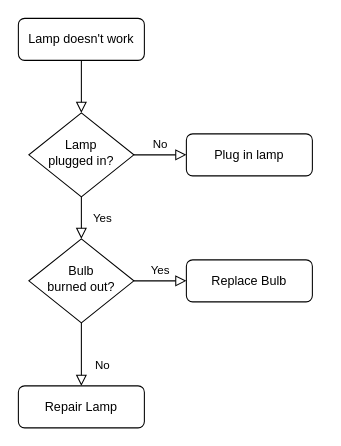
Before: src/assets/Untitled Diagram.drawio in misaelito76/Portfolio_M_J, a draw.io diagram. Source tidied: cells renumbered, new cells numbered last; positions are measured from the earlier drawing's top-left corner, leaving out a move shared by most shapes. Both pictures are drawn from the tidied source at 105%, with x=0, y=0 at pixel (18, 18).
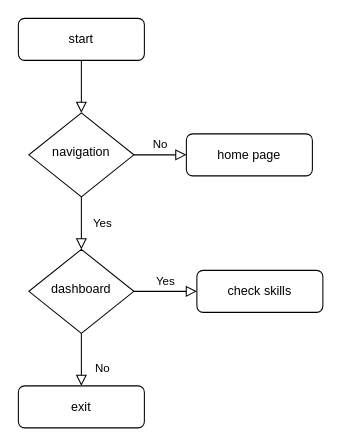
The same diagram, later.

Change to the diagram source:
```diff
@@
 <mxGraphModel>
   <root>
     <mxCell id="0" />
     <mxCell id="1" parent="0" />
     <mxCell id="2" style="rounded=0;html=1;jettySize=auto;fontSize=11;endArrow=block;endFill=0;endSize=8;strokeWidth=1;shadow=0;labelBackgroundColor=none;edgeStyle=orthogonalEdgeStyle;" parent="1" edge="1" source="3" target="6">
       <mxGeometry relative="1" as="geometry" />
     </mxCell>
-    <mxCell id="3" value="Lamp doesn't work" style="rounded=1;whiteSpace=wrap;html=1;fontSize=12;glass=0;strokeWidth=1;shadow=0;" parent="1" vertex="1">
+    <mxCell id="3" value="start" style="rounded=1;whiteSpace=wrap;html=1;fontSize=12;glass=0;strokeWidth=1;shadow=0;" parent="1" vertex="1">
       <mxGeometry width="120" height="40" as="geometry" />
     </mxCell>
     <mxCell id="4" value="Yes" style="rounded=0;html=1;jettySize=auto;fontSize=11;endArrow=block;endFill=0;endSize=8;strokeWidth=1;shadow=0;labelBackgroundColor=none;edgeStyle=orthogonalEdgeStyle;" parent="1" edge="1" source="6" target="10">
       <mxGeometry y="20" relative="1" as="geometry" />
     </mxCell>
     <mxCell id="5" value="No" style="edgeStyle=orthogonalEdgeStyle;rounded=0;html=1;jettySize=auto;fontSize=11;endArrow=block;endFill=0;endSize=8;strokeWidth=1;shadow=0;labelBackgroundColor=none;" parent="1" edge="1" source="6" target="7">
       <mxGeometry y="10" relative="1" as="geometry" />
     </mxCell>
-    <mxCell id="6" value="Lamp&lt;br&gt;plugged in?" style="rhombus;whiteSpace=wrap;html=1;shadow=0;fontFamily=Helvetica;fontSize=12;align=center;strokeWidth=1;spacing=6;spacingTop=-4;" parent="1" vertex="1">
+    <mxCell id="6" value="navigation" style="rhombus;whiteSpace=wrap;html=1;shadow=0;fontFamily=Helvetica;fontSize=12;align=center;strokeWidth=1;spacing=6;spacingTop=-4;" parent="1" vertex="1">
       <mxGeometry x="10" y="90" width="100" height="80" as="geometry" />
     </mxCell>
-    <mxCell id="7" value="Plug in lamp" style="rounded=1;whiteSpace=wrap;html=1;fontSize=12;glass=0;strokeWidth=1;shadow=0;" parent="1" vertex="1">
+    <mxCell id="7" value="home page" style="rounded=1;whiteSpace=wrap;html=1;fontSize=12;glass=0;strokeWidth=1;shadow=0;" parent="1" vertex="1">
       <mxGeometry x="160" y="110" width="120" height="40" as="geometry" />
     </mxCell>
     <mxCell id="8" value="No" style="rounded=0;html=1;jettySize=auto;fontSize=11;endArrow=block;endFill=0;endSize=8;strokeWidth=1;shadow=0;labelBackgroundColor=none;edgeStyle=orthogonalEdgeStyle;" parent="1" edge="1" source="10" target="11">
       <mxGeometry x="0.33" y="20" relative="1" as="geometry" />
     </mxCell>
     <mxCell id="9" value="Yes" style="edgeStyle=orthogonalEdgeStyle;rounded=0;html=1;jettySize=auto;fontSize=11;endArrow=block;endFill=0;endSize=8;strokeWidth=1;shadow=0;labelBackgroundColor=none;" parent="1" edge="1" source="10" target="12">
       <mxGeometry y="10" relative="1" as="geometry" />
     </mxCell>
-    <mxCell id="10" value="Bulb&lt;br&gt;burned out?" style="rhombus;whiteSpace=wrap;html=1;shadow=0;fontFamily=Helvetica;fontSize=12;align=center;strokeWidth=1;spacing=6;spacingTop=-4;" parent="1" vertex="1">
-      <mxGeometry x="10" y="210" width="100" height="80" as="geometry" />
+    <mxCell id="10" value="dashboard" style="rhombus;whiteSpace=wrap;html=1;shadow=0;fontFamily=Helvetica;fontSize=12;align=center;strokeWidth=1;spacing=6;spacingTop=-4;" parent="1" vertex="1">
+      <mxGeometry x="10" y="220" width="100" height="80" as="geometry" />
     </mxCell>
-    <mxCell id="11" value="Repair Lamp" style="rounded=1;whiteSpace=wrap;html=1;fontSize=12;glass=0;strokeWidth=1;shadow=0;" parent="1" vertex="1">
+    <mxCell id="11" value="exit" style="rounded=1;whiteSpace=wrap;html=1;fontSize=12;glass=0;strokeWidth=1;shadow=0;" parent="1" vertex="1">
       <mxGeometry y="350" width="120" height="40" as="geometry" />
     </mxCell>
-    <mxCell id="12" value="Replace Bulb" style="rounded=1;whiteSpace=wrap;html=1;fontSize=12;glass=0;strokeWidth=1;shadow=0;" parent="1" vertex="1">
-      <mxGeometry x="160" y="230" width="120" height="40" as="geometry" />
+    <mxCell id="12" value="check skills" style="rounded=1;whiteSpace=wrap;html=1;fontSize=12;glass=0;strokeWidth=1;shadow=0;" parent="1" vertex="1">
+      <mxGeometry x="170" y="240" width="120" height="40" as="geometry" />
     </mxCell>
   </root>
 </mxGraphModel>
```
